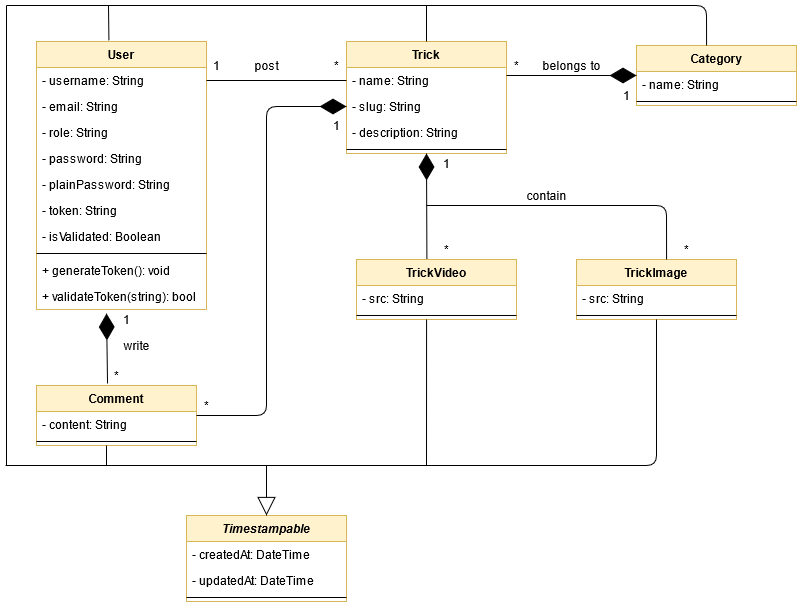
The draw.io diagram diagrams/Class.png in Eredost/SnowTricks, before a commit. Source tidied: cells renumbered, new cells last; positions are measured from the earlier drawing's top-left corner, leaving out a move shared by most shapes.
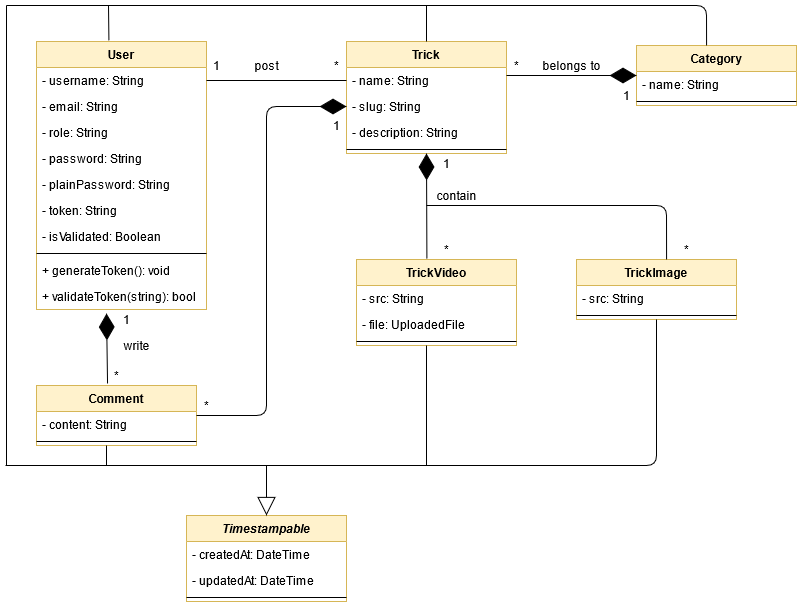
The same file after the commit.

What changed in the source:
```diff
@@ -27,13 +27,16 @@
       <mxGeometry y="104" width="160" height="8" as="geometry" />
     </mxCell>
     <mxCell id="10" value="TrickVideo" style="swimlane;fontStyle=1;align=center;verticalAlign=top;horizontal=1;startSize=26;fillColor=#fff2cc;strokeColor=#d6b656;" parent="1" vertex="1">
-      <mxGeometry x="351" y="254" width="160" height="60" as="geometry" />
+      <mxGeometry x="351" y="254" width="160" height="86" as="geometry" />
     </mxCell>
     <mxCell id="11" value="- src: String" style="text;strokeColor=none;fillColor=none;align=left;verticalAlign=top;spacingLeft=4;spacingRight=4;overflow=hidden;" parent="10" vertex="1">
       <mxGeometry y="26" width="160" height="26" as="geometry" />
     </mxCell>
+    <mxCell id="63" value="- file: UploadedFile" style="text;strokeColor=none;fillColor=none;align=left;verticalAlign=top;spacingLeft=4;spacingRight=4;overflow=hidden;" parent="10" vertex="1">
+      <mxGeometry y="52" width="160" height="26" as="geometry" />
+    </mxCell>
     <mxCell id="12" style="line;strokeWidth=1;fillColor=none;align=left;verticalAlign=middle;spacingTop=-1;spacingLeft=3;spacingRight=3;labelPosition=right;points=[];portConstraint=eastwest;" parent="10" vertex="1">
-      <mxGeometry y="52" width="160" height="8" as="geometry" />
+      <mxGeometry y="78" width="160" height="8" as="geometry" />
     </mxCell>
     <mxCell id="13" value="User" style="swimlane;fontStyle=1;align=center;verticalAlign=top;horizontal=1;startSize=26;fillColor=#fff2cc;strokeColor=#d6b656;" parent="1" vertex="1">
       <mxGeometry x="31" y="36" width="170" height="268" as="geometry" />
@@ -113,7 +116,7 @@
       <mxGeometry x="431" y="234" width="20" height="20" as="geometry" />
     </mxCell>
     <mxCell id="36" value="contain" style="text;html=1;align=center;verticalAlign=middle;" parent="1" vertex="1">
-      <mxGeometry x="511" y="180" width="60" height="20" as="geometry" />
+      <mxGeometry x="421" y="180" width="60" height="20" as="geometry" />
     </mxCell>
     <mxCell id="37" style="endArrow=none;html=1;exitX=1;exitY=0.5;exitDx=0;exitDy=0;entryX=0;entryY=0.5;entryDx=0;entryDy=0;" parent="1" edge="1" source="14" target="6">
       <mxGeometry relative="1" as="geometry" />
@@ -211,16 +214,17 @@
     <mxCell id="60" value="*" style="text;html=1;align=center;verticalAlign=middle;" parent="1" vertex="1">
       <mxGeometry x="671" y="234" width="20" height="20" as="geometry" />
     </mxCell>
-    <mxCell id="61" style="endArrow=none;html=1;entryX=0.438;entryY=1;entryDx=0;entryDy=0;entryPerimeter=0;" parent="1" edge="1" target="12">
-      <mxGeometry relative="1" as="geometry">
-        <mxPoint x="421" y="460" as="sourcePoint" />
-      </mxGeometry>
-    </mxCell>
     <mxCell id="62" style="endArrow=none;html=1;" parent="1" edge="1">
       <mxGeometry relative="1" as="geometry">
         <mxPoint x="101" y="460" as="sourcePoint" />
         <mxPoint x="101" y="440" as="targetPoint" />
       </mxGeometry>
     </mxCell>
+    <mxCell id="64" style="endArrow=none;html=1;" parent="1" edge="1">
+      <mxGeometry relative="1" as="geometry">
+        <mxPoint x="421" y="460" as="sourcePoint" />
+        <mxPoint x="421" y="340" as="targetPoint" />
+      </mxGeometry>
+    </mxCell>
   </root>
 </mxGraphModel>
```
